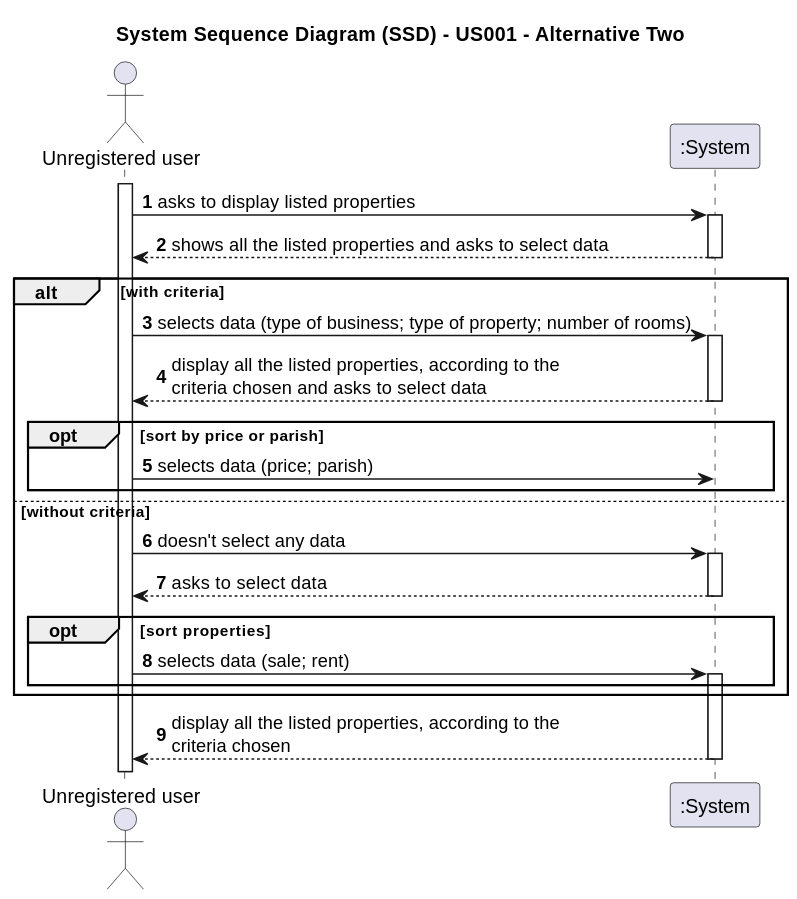
Above: docs/sprintA/us001/01.requirements-engineering/svg/us001-system-sequence-diagram-alternative-two.svg in rita-barbosa/LAPR2-2223 (PlantUML), before the change. Source of this version:
```plantuml
@startuml

title System Sequence Diagram (SSD) - US001 - Alternative Two

autonumber

actor "Unregistered user" as User
participant ":System" as System

activate User

    User -> System : asks to display listed properties
    activate System

    System --> User : shows all the listed properties and asks to select data
    deactivate System

    alt with criteria
    User -> System : selects data (type of business; type of property; number of rooms)
    activate System

    System --> User : display all the listed properties, according to the \ncriteria chosen and asks to select data
    deactivate System

        opt sort by price or parish

        User -> System : selects data (price; parish)
        deactivate System

        end

    else without criteria

    User -> System : doesn't select any data
    activate System

    System --> User : asks to select data
    deactivate System

        opt sort properties

        User -> System : selects data (sale; rent)
        activate System

        end

    end

    System --> User : display all the listed properties, according to the \ncriteria chosen
    deactivate System
@enduml
```
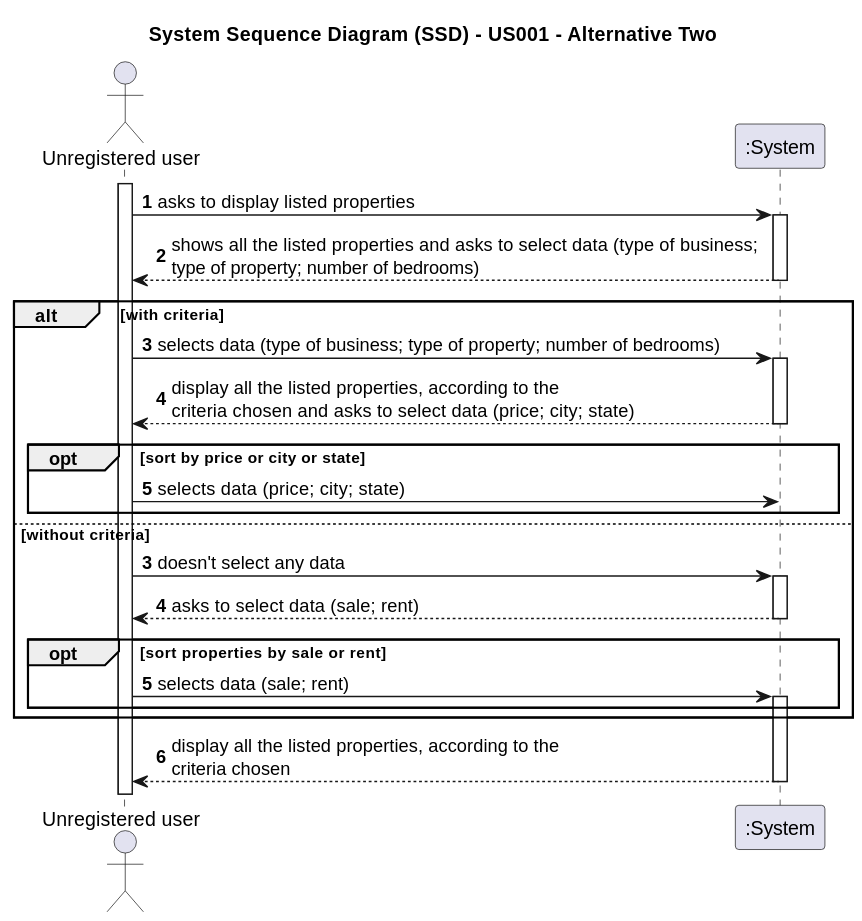
Later version of the same file.

The edit, as a diff of the source:
```diff
@@ -9,35 +9,38 @@
 
 activate User
 
+
     User -> System : asks to display listed properties
     activate System
 
-    System --> User : shows all the listed properties and asks to select data
+    System --> User : shows all the listed properties and asks to select data (type of business; \ntype of property; number of bedrooms)
     deactivate System
 
     alt with criteria
-    User -> System : selects data (type of business; type of property; number of rooms)
+    User -> System : selects data (type of business; type of property; number of bedrooms)
     activate System
 
-    System --> User : display all the listed properties, according to the \ncriteria chosen and asks to select data
+    System --> User : display all the listed properties, according to the \ncriteria chosen and asks to select data (price; city; state)
     deactivate System
 
-        opt sort by price or parish
+        opt sort by price or city or state
 
-        User -> System : selects data (price; parish)
+        User -> System : selects data (price; city; state)
         deactivate System
 
         end
 
     else without criteria
 
+    autonumber 3
+
     User -> System : doesn't select any data
     activate System
 
-    System --> User : asks to select data
+    System --> User : asks to select data (sale; rent)
     deactivate System
 
-        opt sort properties
+        opt sort properties by sale or rent
 
         User -> System : selects data (sale; rent)
         activate System
```
